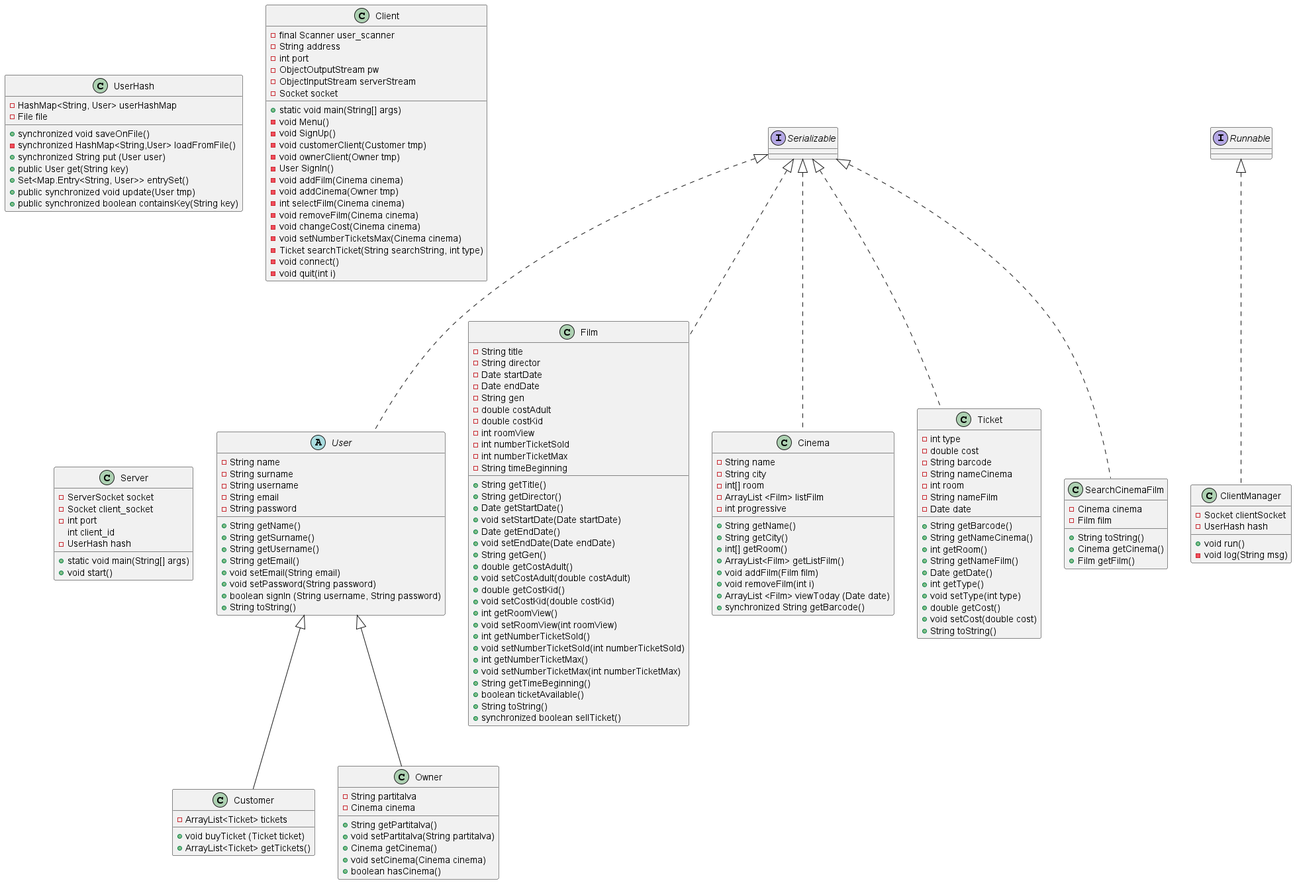
Earlier version of the PlantUML export src/diagram.png (AntonioSpn/TicketsBook). The source it was exported from:
```plantuml
@startuml diagramma
abstract class User implements Serializable{
    -String name
    -String surname
    -String username
    -String email
    -String password
    +String getName()
    +String getSurname()
    +String getUsername()
    +String getEmail()
    +void setEmail(String email)
    +void setPassword(String password)
    +boolean signIn (String username, String password)
    +String toString()
}

class Customer extends User{
    -ArrayList<Ticket> tickets
    +void buyTicket (Ticket ticket)
    +ArrayList<Ticket> getTickets()
}

class Owner extends User{
    -String partitaIva
    -Cinema cinema
    +String getPartitaIva()
    +void setPartitaIva(String partitaIva)
    +Cinema getCinema()
    +void setCinema(Cinema cinema)
    +boolean hasCinema()
}

class Film implements Serializable{
    -String title
    -String director
    -Date startDate
    -Date endDate
    -String gen
    -double costAdult
    -double costKid
    -int roomView
    -int numberTicketSold
    -int numberTicketMax
    -String timeBeginning
    +String getTitle()
    +String getDirector()
    +Date getStartDate()
    +void setStartDate(Date startDate)
    +Date getEndDate()
    +void setEndDate(Date endDate)
    +String getGen()
    +double getCostAdult()
    +void setCostAdult(double costAdult)
    +double getCostKid()
    +void setCostKid(double costKid)
    +int getRoomView()
    +void setRoomView(int roomView)
    +int getNumberTicketSold()
    +void setNumberTicketSold(int numberTicketSold)
    +int getNumberTicketMax()
    +void setNumberTicketMax(int numberTicketMax)
    +String getTimeBeginning()
    +boolean ticketAvailable()
    +String toString()
    +synchronized boolean sellTicket()
}

class Cinema implements Serializable{
    -String name
    -String city
    -int[] room
    -ArrayList <Film> listFilm
    -int progressive
    +String getName()
    +String getCity()
    +int[] getRoom()
    +ArrayList<Film> getListFilm()
    +void addFilm(Film film)
    +void removeFilm(int i)
    +ArrayList <Film> viewToday (Date date)
    +synchronized String getBarcode()
}

class Ticket implements Serializable{
    -int type
    -double cost
    -String barcode
    -String nameCinema
    -int room
    -String nameFilm
    -Date date
    +String getBarcode()
    +String getNameCinema()
    +int getRoom()
    +String getNameFilm()
    +Date getDate()
    +int getType()
    +void setType(int type)
    +double getCost()
    +void setCost(double cost)
    +String toString()
}

class SearchCinemaFilm implements Serializable{
    -Cinema cinema
    -Film film
    +String toString()
    +Cinema getCinema()
    +Film getFilm()
}

class UserHash {
    -HashMap<String, User> userHashMap
    -File file
    +synchronized void saveOnFile()
    -synchronized HashMap<String,User> loadFromFile()
    +synchronized String put (User user)
    +public User get(String key)
    +Set<Map.Entry<String, User>> entrySet()
    +public synchronized void update(User tmp)
    +public synchronized boolean containsKey(String key)
}
class Client{
    -final Scanner user_scanner
    -String address
    -int port
    -ObjectOutputStream pw
    -ObjectInputStream serverStream
    -Socket socket
    +static void main(String[] args)
    -void Menu()
    -void SignUp()
    -void customerClient(Customer tmp)
    -void ownerClient(Owner tmp)
    -User SignIn()
    -void addFilm(Cinema cinema)
    -void addCinema(Owner tmp)
    -int selectFilm(Cinema cinema)
    -void removeFilm(Cinema cinema)
    -void changeCost(Cinema cinema)
    -void setNumberTicketsMax(Cinema cinema)
    -Ticket searchTicket(String searchString, int type)
    -void connect()
    -void quit(int i)
}
class Server{
    -ServerSocket socket
    -Socket client_socket
    -int port
    int client_id
    -UserHash hash
    +static void main(String[] args)
    +void start()
}
class ClientManager implements Runnable{
    -Socket clientSocket
    -UserHash hash
    +void run()
    -void log(String msg)
}
@enduml
```
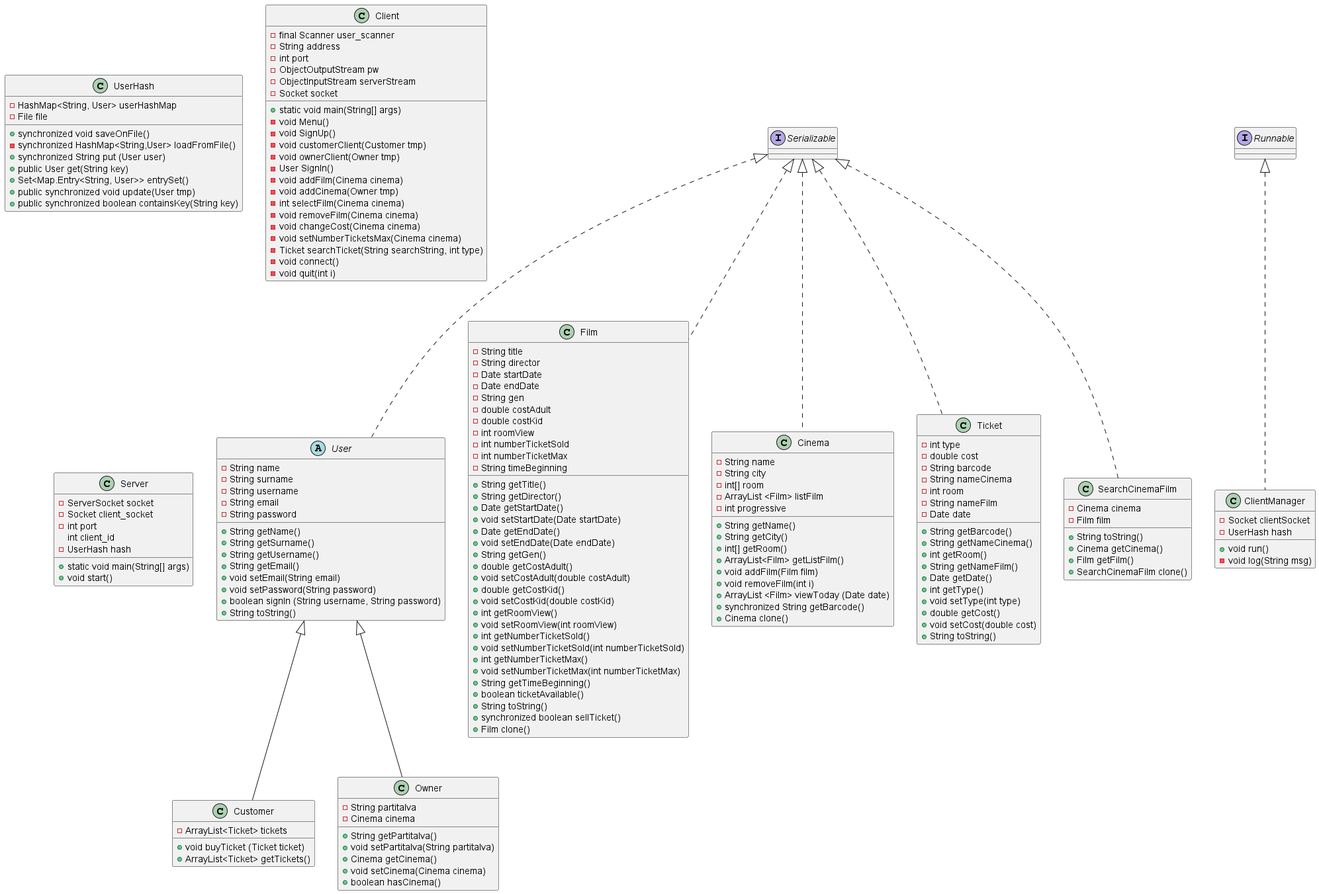
The same diagram one commit later.

Diff of the diagram source:
```diff
@@ -1,4 +1,4 @@
-@startuml diagramma
+@startuml diagram
 abstract class User implements Serializable{
     -String name
     -String surname
@@ -64,6 +64,7 @@
     +boolean ticketAvailable()
     +String toString()
     +synchronized boolean sellTicket()
+    +Film clone()
 }
 
 class Cinema implements Serializable{
@@ -80,6 +81,7 @@
     +void removeFilm(int i)
     +ArrayList <Film> viewToday (Date date)
     +synchronized String getBarcode()
+    +Cinema clone()
 }
 
 class Ticket implements Serializable{
@@ -108,6 +110,7 @@
     +String toString()
     +Cinema getCinema()
     +Film getFilm()
+    +SearchCinemaFilm clone()
 }
 
 class UserHash {
```
